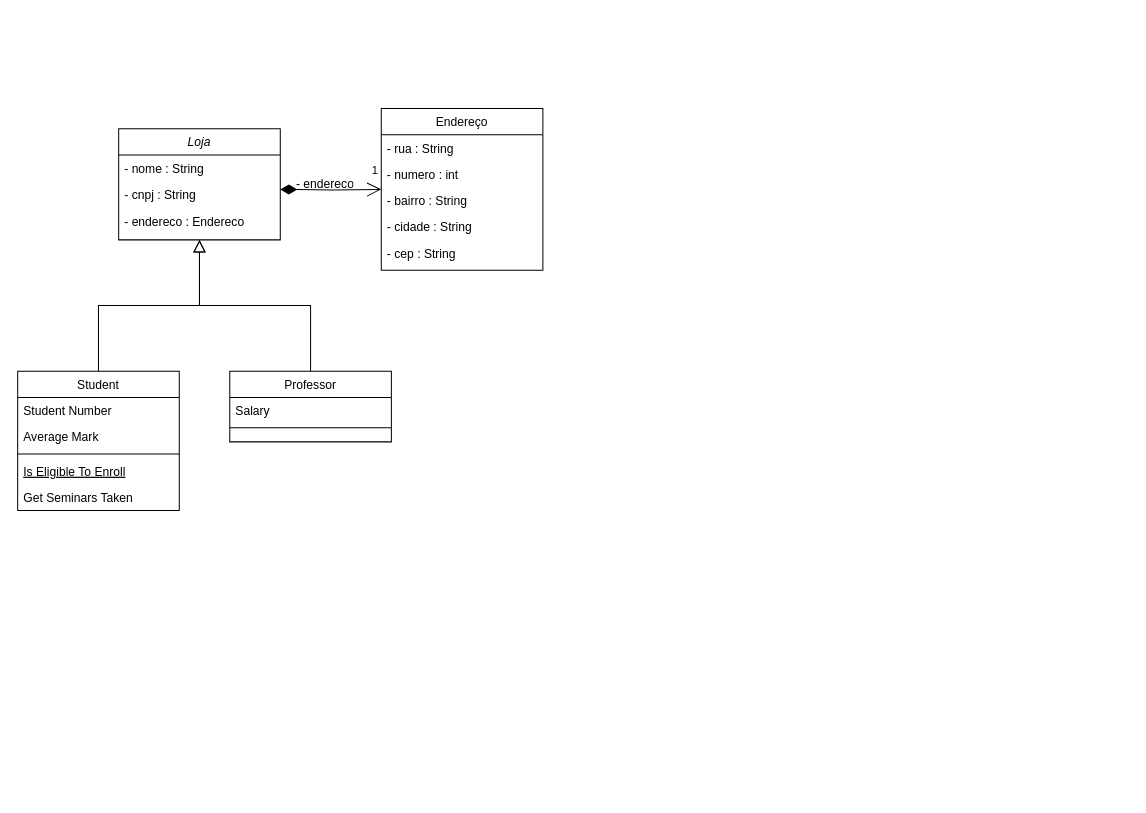
Earlier version of the draw.io diagram docs/LojaDeHardware.drawio (Matheus4444/LojaDeHardware). Source tidied: cells renumbered, new cells numbered last; positions are measured from the earlier drawing's top-left corner, leaving out a move shared by most shapes. Both pictures are drawn from the tidied source at 101%, with x=0, y=0 at pixel (17, 108).
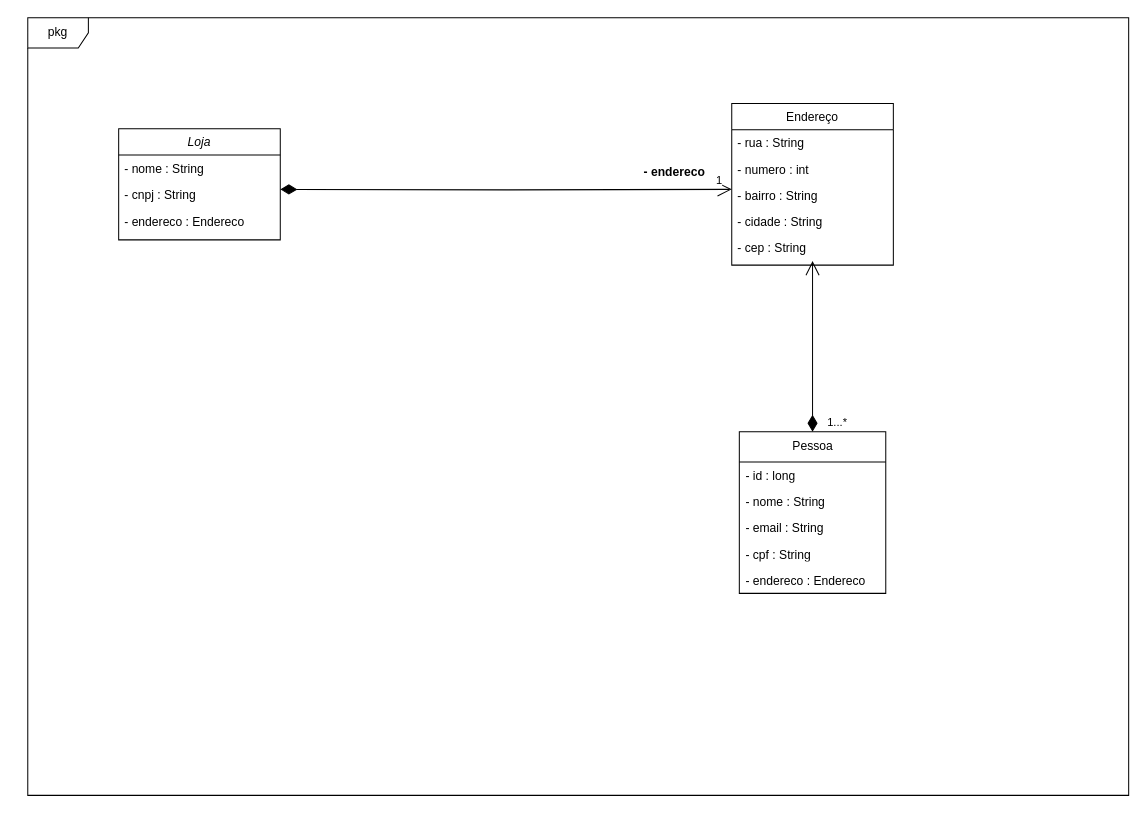
The same diagram, later.

Unchanged cells that the change refers to:
```xml
<mxCell id="2" value="Loja" style="swimlane;fontStyle=2;align=center;verticalAlign=top;horizontal=1;startSize=26;rounded=0;shadow=0;strokeWidth=1;" parent="1" vertex="1">
  <mxGeometry x="100" y="20" width="160" height="110" as="geometry" />
</mxCell>
<mxCell id="20" value="- bairro : String" style="text;align=left;verticalAlign=top;spacingLeft=4;spacingRight=4;overflow=hidden;points=[[0,0.5],[1,0.5]];portConstraint=eastwest;rounded=0;shadow=0;html=0;" parent="17" vertex="1">
  <mxGeometry y="78" width="160" height="26" as="geometry" />
</mxCell>
<mxCell id="22" value="- cep : String" style="text;align=left;verticalAlign=top;spacingLeft=4;spacingRight=4;overflow=hidden;points=[[0,0.5],[1,0.5]];portConstraint=eastwest;rounded=0;shadow=0;html=0;" parent="17" vertex="1">
  <mxGeometry y="130" width="160" height="26" as="geometry" />
</mxCell>
```

What changed in the source:
```diff
@@
-    <mxCell id="6" value="Student" style="swimlane;fontStyle=0;align=center;verticalAlign=top;horizontal=1;startSize=26;rounded=0;shadow=0;strokeWidth=1;" parent="1" vertex="1">
-      <mxGeometry y="260" width="160" height="138" as="geometry" />
-    </mxCell>
-    <mxCell id="7" value="Student Number" style="text;align=left;verticalAlign=top;spacingLeft=4;spacingRight=4;overflow=hidden;" parent="6" vertex="1">
-      <mxGeometry y="26" width="160" height="26" as="geometry" />
-    </mxCell>
-    <mxCell id="8" value="Average Mark" style="text;align=left;verticalAlign=top;spacingLeft=4;spacingRight=4;overflow=hidden;rounded=0;shadow=0;html=0;" parent="6" vertex="1">
-      <mxGeometry y="52" width="160" height="26" as="geometry" />
-    </mxCell>
-    <mxCell id="9" style="line;html=1;strokeWidth=1;align=left;verticalAlign=middle;spacingTop=-1;spacingLeft=3;spacingRight=3;labelPosition=right;" parent="6" vertex="1">
-      <mxGeometry y="78" width="160" height="8" as="geometry" />
-    </mxCell>
-    <mxCell id="10" value="Is Eligible To Enroll" style="text;align=left;verticalAlign=top;spacingLeft=4;spacingRight=4;overflow=hidden;fontStyle=4;" parent="6" vertex="1">
-      <mxGeometry y="86" width="160" height="26" as="geometry" />
-    </mxCell>
-    <mxCell id="11" value="Get Seminars Taken" style="text;align=left;verticalAlign=top;spacingLeft=4;spacingRight=4;overflow=hidden;" parent="6" vertex="1">
-      <mxGeometry y="112" width="160" height="26" as="geometry" />
-    </mxCell>
-    <mxCell id="12" style="endArrow=block;endSize=10;endFill=0;shadow=0;strokeWidth=1;rounded=0;edgeStyle=elbowEdgeStyle;elbow=vertical;" parent="1" edge="1" source="6" target="2">
-      <mxGeometry relative="1" as="geometry" />
-    </mxCell>
-    <mxCell id="13" value="Professor" style="swimlane;fontStyle=0;align=center;verticalAlign=top;horizontal=1;startSize=26;rounded=0;shadow=0;strokeWidth=1;" parent="1" vertex="1">
-      <mxGeometry x="210" y="260" width="160" height="70" as="geometry" />
-    </mxCell>
-    <mxCell id="14" value="Salary" style="text;align=left;verticalAlign=top;spacingLeft=4;spacingRight=4;overflow=hidden;" parent="13" vertex="1">
-      <mxGeometry y="26" width="160" height="26" as="geometry" />
-    </mxCell>
-    <mxCell id="15" style="line;html=1;strokeWidth=1;align=left;verticalAlign=middle;spacingTop=-1;spacingLeft=3;spacingRight=3;labelPosition=right;" parent="13" vertex="1">
-      <mxGeometry y="52" width="160" height="8" as="geometry" />
-    </mxCell>
-    <mxCell id="16" style="endArrow=block;endSize=10;endFill=0;shadow=0;strokeWidth=1;rounded=0;edgeStyle=elbowEdgeStyle;elbow=vertical;" parent="1" edge="1" source="13" target="2">
-      <mxGeometry relative="1" as="geometry" />
-    </mxCell>
     <mxCell id="17" value="Endereço" style="swimlane;fontStyle=0;align=center;verticalAlign=top;horizontal=1;startSize=26;rounded=0;shadow=0;strokeWidth=1;" parent="1" vertex="1">
-      <mxGeometry x="360" width="160" height="160" as="geometry" />
+      <mxGeometry x="707" y="-5" width="160" height="160" as="geometry" />
     </mxCell>
@@
-    <mxCell id="23" value="1" style="endArrow=open;html=1;endSize=12;startArrow=diamondThin;startSize=14;startFill=1;edgeStyle=orthogonalEdgeStyle;align=left;verticalAlign=bottom;rounded=0;" parent="1" edge="1" target="17">
-      <mxGeometry x="0.8" y="10" relative="1" as="geometry">
+    <mxCell id="23" value="1" style="endArrow=open;html=1;endSize=12;startArrow=diamondThin;startSize=14;startFill=1;edgeStyle=orthogonalEdgeStyle;align=left;verticalAlign=bottom;rounded=0;entryX=0;entryY=0.269;entryDx=0;entryDy=0;entryPerimeter=0;" parent="1" edge="1" target="20">
+      <mxGeometry x="0.92" relative="1" as="geometry">
         <mxPoint x="260" y="80" as="sourcePoint" />
+        <mxPoint x="1" as="offset" />
       </mxGeometry>
     </mxCell>
-    <mxCell id="24" value="- endereco" style="text;strokeColor=none;fillColor=none;align=left;verticalAlign=middle;spacingLeft=4;spacingRight=4;overflow=hidden;whiteSpace=wrap;html=1;" parent="1" vertex="1">
-      <mxGeometry x="270" y="60" width="80" height="30" as="geometry" />
+    <mxCell id="24" value="- endereco" style="text;align=center;fontStyle=1;verticalAlign=middle;spacingLeft=3;spacingRight=3;strokeColor=none;html=1;" parent="1" vertex="1">
+      <mxGeometry x="610" y="50" width="80" height="26" as="geometry" />
     </mxCell>
+    <mxCell id="25" value="pkg" style="shape=umlFrame;whiteSpace=wrap;html=1;" parent="1" vertex="1">
+      <mxGeometry x="10" y="-90" width="1090" height="770" as="geometry" />
+    </mxCell>
+    <mxCell id="26" value="Pessoa" style="swimlane;fontStyle=0;horizontal=1;startSize=30;fillColor=none;whiteSpace=wrap;html=1;" parent="1" vertex="1">
+      <mxGeometry x="714.5" y="320" width="145" height="160" as="geometry" />
+    </mxCell>
+    <mxCell id="27" value="- id : long" style="text;strokeColor=none;fillColor=none;align=left;verticalAlign=top;spacingLeft=4;spacingRight=4;overflow=hidden;whiteSpace=wrap;html=1;" parent="26" vertex="1">
+      <mxGeometry y="30" width="145" height="26" as="geometry" />
+    </mxCell>
+    <mxCell id="28" value="- nome : String" style="text;strokeColor=none;fillColor=none;align=left;verticalAlign=top;spacingLeft=4;spacingRight=4;overflow=hidden;whiteSpace=wrap;html=1;" parent="26" vertex="1">
+      <mxGeometry y="56" width="145" height="26" as="geometry" />
+    </mxCell>
+    <mxCell id="29" value="- email : String" style="text;strokeColor=none;fillColor=none;align=left;verticalAlign=top;spacingLeft=4;spacingRight=4;overflow=hidden;whiteSpace=wrap;html=1;" parent="26" vertex="1">
+      <mxGeometry y="82" width="145" height="26" as="geometry" />
+    </mxCell>
+    <mxCell id="30" value="- cpf : String" style="text;strokeColor=none;fillColor=none;align=left;verticalAlign=top;spacingLeft=4;spacingRight=4;overflow=hidden;whiteSpace=wrap;html=1;" parent="26" vertex="1">
+      <mxGeometry y="108" width="145" height="26" as="geometry" />
+    </mxCell>
+    <mxCell id="31" value="- endereco : Endereco" style="text;strokeColor=none;fillColor=none;align=left;verticalAlign=top;spacingLeft=4;spacingRight=4;overflow=hidden;whiteSpace=wrap;html=1;" parent="26" vertex="1">
+      <mxGeometry y="134" width="145" height="26" as="geometry" />
+    </mxCell>
+    <mxCell id="32" value="1...*" style="endArrow=open;html=1;endSize=12;startArrow=diamondThin;startSize=14;startFill=1;align=left;verticalAlign=bottom;rounded=0;exitX=0.5;exitY=0;exitDx=0;exitDy=0;" parent="1" edge="1" source="26" target="22">
+      <mxGeometry x="-1" y="-13" relative="1" as="geometry" />
+    </mxCell>
```
